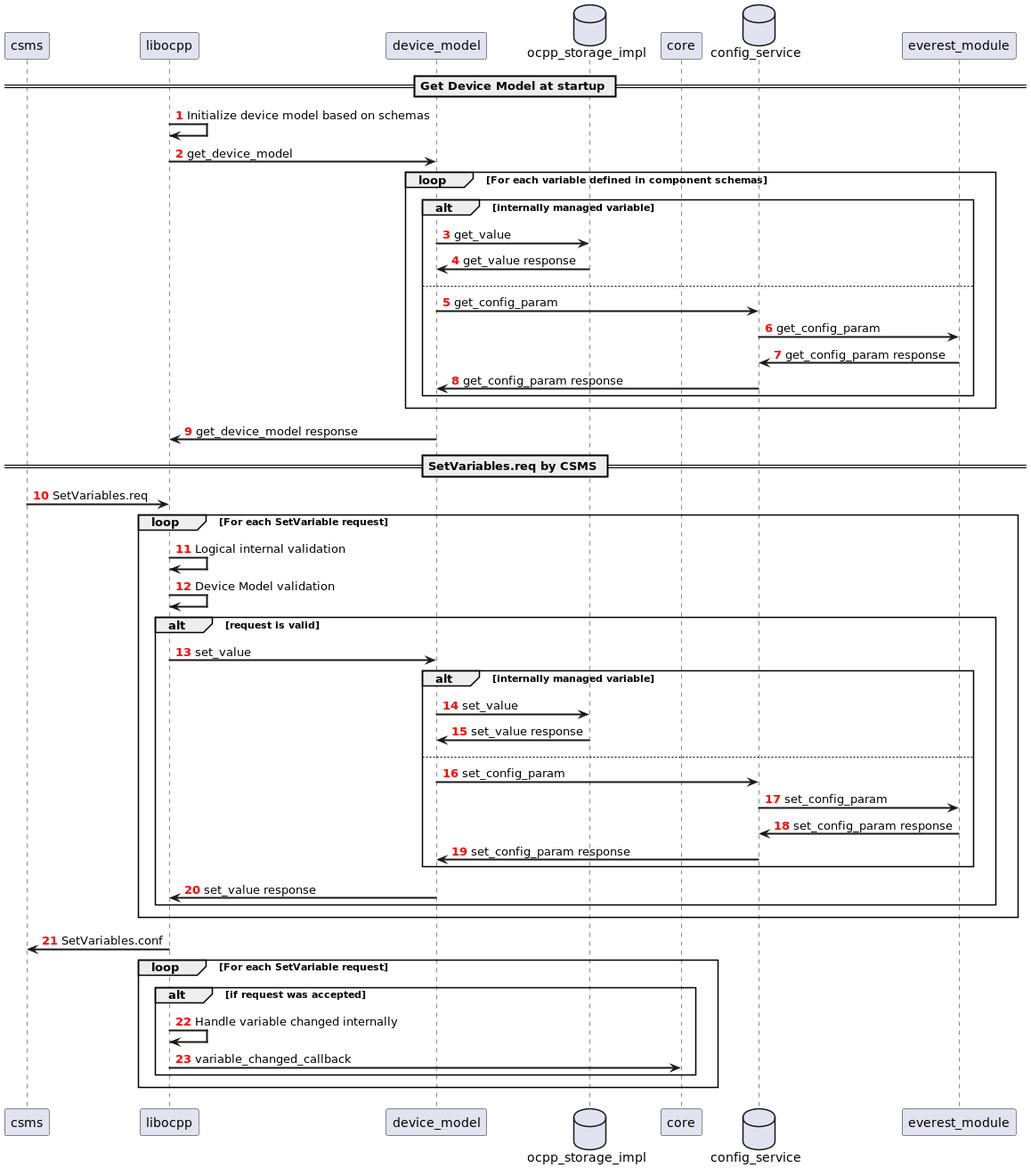
The PlantUML diagram modules/OCPP201/doc/sequence_config_service_and_ocpp.png in EVerest/everest-core, before a commit.
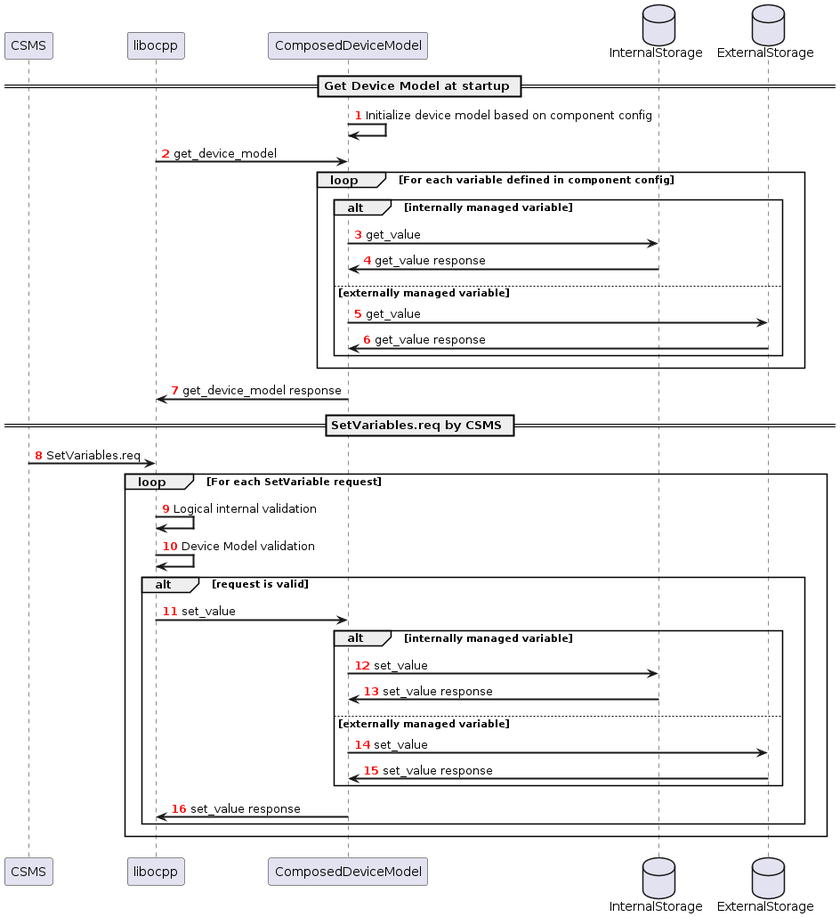
The same file after the commit.

Commit message:
Harmonized naming within written documentation and diagrams and added some further explainations

Diff of the diagram source:
```diff
@@ -1,57 +1,44 @@
 @startuml
 !pragma teoz true
-participant csms order 10
+participant CSMS order 10
 participant libocpp order 20
-participant device_model order 30
-database ocpp_storage_impl order 40
-participant core order 50
-database config_service order 60
-participant everest_module order 70
+participant ComposedDeviceModel order 30
+database InternalStorage order 40
+database ExternalStorage order 50
 
 autonumber "<b><font color=red>"
 skinparam sequenceArrowThickness 2
 
 == Get Device Model at startup ==
 
-libocpp->libocpp: Initialize device model based on schemas
-libocpp->device_model: get_device_model
-loop For each variable defined in component schemas
+ComposedDeviceModel->ComposedDeviceModel: Initialize device model based on component config
+libocpp->ComposedDeviceModel: get_device_model
+loop For each variable defined in component config
     alt internally managed variable
-        device_model->ocpp_storage_impl: get_value
-        ocpp_storage_impl->device_model: get_value response
-    else
-        device_model->config_service: get_config_param
-        config_service->everest_module: get_config_param
-        everest_module->config_service: get_config_param response
-        config_service->device_model: get_config_param response
+        ComposedDeviceModel->InternalStorage: get_value
+        InternalStorage->ComposedDeviceModel: get_value response
+    else externally managed variable
+        ComposedDeviceModel->ExternalStorage: get_value
+        ExternalStorage->ComposedDeviceModel: get_value response
     end
 end
-device_model->libocpp: get_device_model response
+ComposedDeviceModel->libocpp: get_device_model response
 
 == SetVariables.req by CSMS ==
-csms->libocpp: SetVariables.req
+CSMS->libocpp: SetVariables.req
 loop For each SetVariable request
     libocpp->libocpp: Logical internal validation
     libocpp->libocpp: Device Model validation
     alt request is valid
-        libocpp->device_model: set_value
+        libocpp->ComposedDeviceModel: set_value
         alt internally managed variable
-            device_model->ocpp_storage_impl: set_value
-            ocpp_storage_impl->device_model: set_value response
-        else
-            device_model->config_service: set_config_param
-        config_service->everest_module: set_config_param
-        everest_module->config_service: set_config_param response
-        config_service->device_model: set_config_param response
+            ComposedDeviceModel->InternalStorage: set_value
+            InternalStorage->ComposedDeviceModel: set_value response
+        else externally managed variable
+            ComposedDeviceModel->ExternalStorage: set_value
+            ExternalStorage->ComposedDeviceModel: set_value response
         end
-        device_model->libocpp: set_value response
-    end
-end
-libocpp->csms: SetVariables.conf
-loop For each SetVariable request
-    alt if request was accepted
-        libocpp->libocpp: Handle variable changed internally
-        libocpp->core: variable_changed_callback
+        ComposedDeviceModel->libocpp: set_value response
     end
 end
 
```
